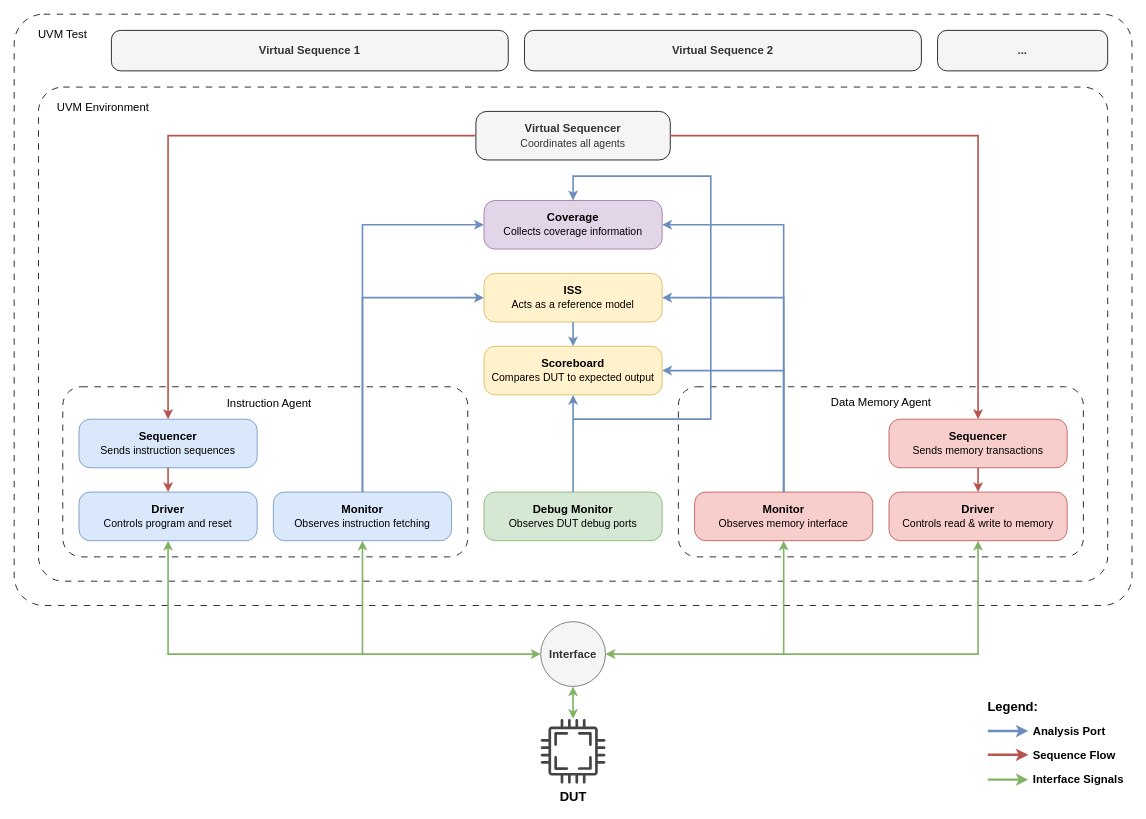
Earlier version of the draw.io diagram .github/tb_arch.drawio (niumuzhi2004/risc-v-uvc). Source tidied: cells renumbered, new cells numbered last; positions are measured from the earlier drawing's top-left corner, leaving out a move shared by most shapes. Both pictures are drawn from the tidied source at 81%, with x=0, y=0 at pixel (14, 14).
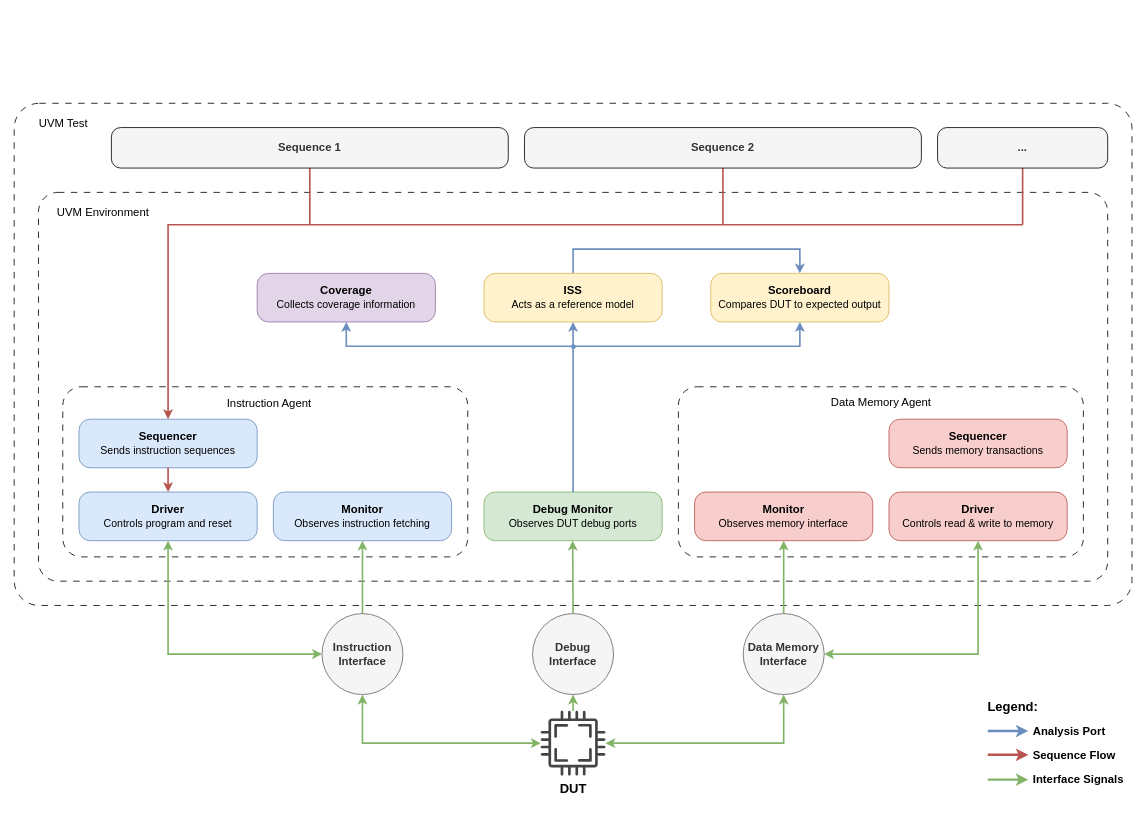
Above is the later version.

The change refers to these unchanged cells:
```xml
<mxCell id="8" style="group;" parent="1" vertex="1">
  <mxGeometry x="820" y="460" width="500" height="210" as="geometry" />
</mxCell>
<mxCell id="11" value="&lt;div style=&quot;line-height: 140%;&quot;&gt;&lt;font style=&quot;font-size: 14px; line-height: 140%;&quot;&gt;&lt;b&gt;Sequencer&lt;/b&gt;&lt;/font&gt;&lt;div&gt;&lt;font style=&quot;font-size: 13px; line-height: 140%;&quot;&gt;Sends memory transactions&lt;/font&gt;&lt;/div&gt;&lt;/div&gt;" style="rounded=1;whiteSpace=wrap;html=1;arcSize=23;fillColor=#f8cecc;strokeColor=#b85450;" parent="8" vertex="1">
  <mxGeometry x="260" y="40" width="220" height="60" as="geometry" />
</mxCell>
<mxCell id="12" value="&lt;div style=&quot;line-height: 140%;&quot;&gt;&lt;font style=&quot;font-size: 14px; line-height: 140%;&quot;&gt;&lt;b&gt;Monitor&lt;/b&gt;&lt;/font&gt;&lt;div&gt;&lt;span style=&quot;font-size: 13px;&quot;&gt;Observes memory interface&lt;/span&gt;&lt;/div&gt;&lt;/div&gt;" style="rounded=1;whiteSpace=wrap;html=1;arcSize=23;fillColor=#f8cecc;strokeColor=#b85450;" parent="8" vertex="1">
  <mxGeometry x="20" y="130" width="220" height="60" as="geometry" />
</mxCell>
<mxCell id="13" value="&lt;div style=&quot;line-height: 140%;&quot;&gt;&lt;font style=&quot;font-size: 14px; line-height: 140%;&quot;&gt;&lt;b&gt;Driver&lt;/b&gt;&lt;/font&gt;&lt;div&gt;&lt;font style=&quot;font-size: 13px; line-height: 140%;&quot;&gt;Controls read &amp;amp; write to memory&lt;/font&gt;&lt;/div&gt;&lt;/div&gt;" style="rounded=1;whiteSpace=wrap;html=1;arcSize=23;fillColor=#f8cecc;strokeColor=#b85450;" parent="8" vertex="1">
  <mxGeometry x="260" y="130" width="220" height="60" as="geometry" />
</mxCell>
<mxCell id="18" value="&lt;div style=&quot;line-height: 140%;&quot;&gt;&lt;font style=&quot;font-size: 14px; line-height: 140%;&quot;&gt;&lt;b&gt;Sequencer&lt;/b&gt;&lt;/font&gt;&lt;div&gt;&lt;font style=&quot;font-size: 13px; line-height: 140%;&quot;&gt;Sends instruction sequences&lt;/font&gt;&lt;/div&gt;&lt;/div&gt;" style="rounded=1;whiteSpace=wrap;html=1;arcSize=23;fillColor=#dae8fc;strokeColor=#6c8ebf;" parent="15" vertex="1">
  <mxGeometry x="20" y="40" width="220" height="60" as="geometry" />
</mxCell>
<mxCell id="19" value="&lt;div style=&quot;line-height: 140%;&quot;&gt;&lt;font style=&quot;font-size: 14px; line-height: 140%;&quot;&gt;&lt;b&gt;Driver&lt;/b&gt;&lt;/font&gt;&lt;div&gt;&lt;font style=&quot;font-size: 13px; line-height: 140%;&quot;&gt;Controls program and reset&lt;/font&gt;&lt;/div&gt;&lt;/div&gt;" style="rounded=1;whiteSpace=wrap;html=1;arcSize=23;fillColor=#dae8fc;strokeColor=#6c8ebf;" parent="15" vertex="1">
  <mxGeometry x="20" y="130" width="220" height="60" as="geometry" />
</mxCell>
<mxCell id="20" value="&lt;div style=&quot;line-height: 140%;&quot;&gt;&lt;font style=&quot;font-size: 14px; line-height: 140%;&quot;&gt;&lt;b&gt;Monitor&lt;/b&gt;&lt;/font&gt;&lt;div&gt;&lt;span style=&quot;font-size: 13px;&quot;&gt;Observes instruction fetching&lt;/span&gt;&lt;/div&gt;&lt;/div&gt;" style="rounded=1;whiteSpace=wrap;html=1;arcSize=23;fillColor=#dae8fc;strokeColor=#6c8ebf;" parent="15" vertex="1">
  <mxGeometry x="260" y="130" width="220" height="60" as="geometry" />
</mxCell>
<mxCell id="22" value="&lt;div style=&quot;line-height: 140%;&quot;&gt;&lt;font style=&quot;font-size: 14px; line-height: 140%;&quot;&gt;&lt;b&gt;Debug Monitor&lt;/b&gt;&lt;/font&gt;&lt;div&gt;&lt;span style=&quot;font-size: 13px;&quot;&gt;Observes DUT debug ports&lt;/span&gt;&lt;/div&gt;&lt;/div&gt;" style="rounded=1;whiteSpace=wrap;html=1;arcSize=23;fillColor=#d5e8d4;strokeColor=#82b366;" parent="1" vertex="1">
  <mxGeometry x="580" y="590" width="220" height="60" as="geometry" />
</mxCell>
```

Change to the diagram source:
```diff
@@
     <mxCell id="2" style="rounded=1;whiteSpace=wrap;html=1;arcSize=5;fillColor=none;dashed=1;dashPattern=8 8;" parent="1" vertex="1">
-      <mxGeometry width="1380" height="730" as="geometry" />
+      <mxGeometry y="110" width="1380" height="620" as="geometry" />
     </mxCell>
     <mxCell id="3" value="UVM Test" style="text;html=1;whiteSpace=wrap;strokeColor=none;fillColor=none;align=center;verticalAlign=middle;rounded=0;fontSize=14;" parent="1" vertex="1">
-      <mxGeometry x="10" y="10" width="100" height="30" as="geometry" />
+      <mxGeometry x="11" y="120" width="100" height="30" as="geometry" />
     </mxCell>
     <mxCell id="4" style="rounded=1;whiteSpace=wrap;html=1;arcSize=5;fillColor=none;dashed=1;dashPattern=8 8;strokeColor=light-dark(#000000,#FFFFFF);" parent="1" vertex="1">
-      <mxGeometry x="30" y="90" width="1320" height="610" as="geometry" />
+      <mxGeometry x="30" y="220" width="1320" height="480" as="geometry" />
     </mxCell>
     <mxCell id="5" value="UVM Environment" style="text;html=1;whiteSpace=wrap;strokeColor=none;fillColor=none;align=center;verticalAlign=middle;rounded=0;fontSize=14;" parent="1" vertex="1">
-      <mxGeometry x="40" y="100" width="140" height="30" as="geometry" />
+      <mxGeometry x="40" y="230" width="140" height="30" as="geometry" />
     </mxCell>
-    <mxCell id="6" value="&lt;font style=&quot;font-size: 14px;&quot;&gt;&lt;b&gt;Virtual Sequence 1&lt;/b&gt;&lt;/font&gt;" style="rounded=1;whiteSpace=wrap;html=1;arcSize=23;fillColor=#f5f5f5;strokeColor=default;fontColor=#333333;" parent="1" vertex="1">
-      <mxGeometry x="120" y="20" width="490" height="50" as="geometry" />
-    </mxCell>
-    <mxCell id="7" value="&lt;div style=&quot;line-height: 140%;&quot;&gt;&lt;font style=&quot;font-size: 14px; line-height: 140%;&quot;&gt;&lt;b&gt;Virtual Sequencer&lt;/b&gt;&lt;/font&gt;&lt;div&gt;&lt;font style=&quot;font-size: 13px; line-height: 140%;&quot;&gt;Coordinates all agents&lt;/font&gt;&lt;/div&gt;&lt;/div&gt;" style="rounded=1;whiteSpace=wrap;html=1;arcSize=23;fillColor=#f5f5f5;strokeColor=default;fontColor=#333333;" parent="1" vertex="1">
-      <mxGeometry x="570" y="120" width="240" height="60" as="geometry" />
-    </mxCell>
@@
-    <mxCell id="14" style="endArrow=classic;html=1;rounded=0;exitX=0.5;exitY=1;exitDx=0;exitDy=0;entryX=0.5;entryY=0;entryDx=0;entryDy=0;fillColor=#f8cecc;strokeColor=#b85450;strokeWidth=2;" parent="8" edge="1" source="11" target="13">
-      <mxGeometry relative="1" as="geometry" />
-    </mxCell>
@@
-    <mxCell id="23" style="endArrow=classic;html=1;rounded=0;strokeWidth=2;exitX=0.5;exitY=0;exitDx=0;exitDy=0;entryX=0;entryY=0.5;entryDx=0;entryDy=0;fillColor=#dae8fc;strokeColor=#6c8ebf;" parent="1" edge="1" source="20" target="27">
-      <mxGeometry relative="1" as="geometry">
-        <Array as="points">
-          <mxPoint x="430" y="350" />
-        </Array>
-      </mxGeometry>
-    </mxCell>
     <mxCell id="24" value="&lt;div style=&quot;line-height: 140%;&quot;&gt;&lt;span style=&quot;font-size: 14px;&quot;&gt;&lt;b&gt;Scoreboard&lt;/b&gt;&lt;/span&gt;&lt;br&gt;&lt;div&gt;&lt;span style=&quot;font-size: 13px;&quot;&gt;Compares DUT to expected output&lt;/span&gt;&lt;/div&gt;&lt;/div&gt;" style="rounded=1;whiteSpace=wrap;html=1;arcSize=23;fillColor=#fff2cc;strokeColor=#d6b656;" parent="1" vertex="1">
-      <mxGeometry x="580" y="410" width="220" height="60" as="geometry" />
+      <mxGeometry x="860" y="320" width="220" height="60" as="geometry" />
     </mxCell>
-    <mxCell id="25" style="endArrow=classic;html=1;rounded=0;entryX=1;entryY=0.5;entryDx=0;entryDy=0;strokeWidth=2;exitX=0.5;exitY=0;exitDx=0;exitDy=0;fillColor=#dae8fc;strokeColor=#6c8ebf;" parent="1" edge="1" source="12" target="24">
-      <mxGeometry relative="1" as="geometry">
-        <Array as="points">
-          <mxPoint x="950" y="440" />
-        </Array>
-      </mxGeometry>
-    </mxCell>
     <mxCell id="26" value="&lt;div style=&quot;line-height: 140%;&quot;&gt;&lt;span style=&quot;font-size: 14px;&quot;&gt;&lt;b&gt;Coverage&lt;/b&gt;&lt;/span&gt;&lt;br&gt;&lt;div&gt;&lt;span style=&quot;font-size: 13px;&quot;&gt;Collects coverage information&lt;/span&gt;&lt;/div&gt;&lt;/div&gt;" style="rounded=1;whiteSpace=wrap;html=1;arcSize=23;fillColor=#e1d5e7;strokeColor=#9673a6;" parent="1" vertex="1">
-      <mxGeometry x="580" y="230" width="220" height="60" as="geometry" />
+      <mxGeometry x="300" y="320" width="220" height="60" as="geometry" />
     </mxCell>
-    <mxCell id="27" value="&lt;div style=&quot;line-height: 140%;&quot;&gt;&lt;span style=&quot;font-size: 14px;&quot;&gt;&lt;b&gt;ISS&lt;/b&gt;&lt;/span&gt;&lt;br&gt;&lt;div&gt;&lt;span style=&quot;font-size: 13px;&quot;&gt;Acts as a reference model&lt;/span&gt;&lt;/div&gt;&lt;/div&gt;" style="rounded=1;whiteSpace=wrap;html=1;arcSize=23;fillColor=#fff2cc;strokeColor=#d6b656;" parent="1" vertex="1">
-      <mxGeometry x="580" y="320" width="220" height="60" as="geometry" />
-    </mxCell>
-    <mxCell id="28" style="endArrow=classic;html=1;rounded=0;exitX=0.5;exitY=0;exitDx=0;exitDy=0;entryX=1;entryY=0.5;entryDx=0;entryDy=0;strokeWidth=2;fillColor=#dae8fc;strokeColor=#6c8ebf;" parent="1" edge="1" source="12" target="27">
-      <mxGeometry relative="1" as="geometry">
-        <Array as="points">
-          <mxPoint x="950" y="350" />
-        </Array>
-      </mxGeometry>
-    </mxCell>
-    <mxCell id="29" style="endArrow=classic;html=1;rounded=0;strokeWidth=2;exitX=0.5;exitY=1;exitDx=0;exitDy=0;entryX=0.5;entryY=0;entryDx=0;entryDy=0;fillColor=#dae8fc;strokeColor=#6c8ebf;" parent="1" edge="1" source="27" target="24">
-      <mxGeometry relative="1" as="geometry" />
+    <mxCell id="29" style="endArrow=classic;html=1;rounded=0;strokeWidth=2;exitX=0.5;exitY=0;exitDx=0;exitDy=0;entryX=0.5;entryY=0;entryDx=0;entryDy=0;fillColor=#dae8fc;strokeColor=#6c8ebf;" parent="1" edge="1" source="27" target="24">
+      <mxGeometry relative="1" as="geometry">
+        <Array as="points">
+          <mxPoint x="690" y="290" />
+          <mxPoint x="970" y="290" />
+        </Array>
+      </mxGeometry>
     </mxCell>
-    <mxCell id="30" style="endArrow=classic;html=1;rounded=0;exitX=0.5;exitY=0;exitDx=0;exitDy=0;entryX=0.5;entryY=1;entryDx=0;entryDy=0;strokeWidth=2;fillColor=#dae8fc;strokeColor=#6c8ebf;" parent="1" edge="1" source="22" target="24">
+    <mxCell id="30" style="endArrow=classic;html=1;rounded=0;exitX=0.5;exitY=0;exitDx=0;exitDy=0;strokeWidth=2;fillColor=#dae8fc;strokeColor=#6c8ebf;entryX=0.5;entryY=1;entryDx=0;entryDy=0;" parent="1" edge="1" source="22" target="27">
       <mxGeometry relative="1" as="geometry" />
     </mxCell>
-    <mxCell id="31" style="endArrow=classic;html=1;rounded=0;strokeWidth=2;exitX=0.5;exitY=0;exitDx=0;exitDy=0;entryX=1;entryY=0.5;entryDx=0;entryDy=0;fillColor=#dae8fc;strokeColor=#6c8ebf;" parent="1" edge="1" source="12" target="26">
-      <mxGeometry relative="1" as="geometry">
-        <Array as="points">
-          <mxPoint x="950" y="260" />
-        </Array>
-      </mxGeometry>
-    </mxCell>
-    <mxCell id="32" style="endArrow=classic;html=1;rounded=0;exitX=0.5;exitY=0;exitDx=0;exitDy=0;entryX=0;entryY=0.5;entryDx=0;entryDy=0;strokeWidth=2;fillColor=#dae8fc;strokeColor=#6c8ebf;" parent="1" edge="1" source="20" target="26">
-      <mxGeometry relative="1" as="geometry">
-        <Array as="points">
-          <mxPoint x="430" y="260" />
-        </Array>
-      </mxGeometry>
-    </mxCell>
-    <mxCell id="33" style="endArrow=classic;html=1;rounded=0;entryX=0.5;entryY=0;entryDx=0;entryDy=0;strokeWidth=2;fillColor=#dae8fc;strokeColor=#6c8ebf;" parent="1" edge="1" target="26">
-      <mxGeometry relative="1" as="geometry">
-        <mxPoint x="690" y="500" as="sourcePoint" />
-        <Array as="points">
-          <mxPoint x="860" y="500" />
-          <mxPoint x="860" y="360" />
-          <mxPoint x="860" y="200" />
-          <mxPoint x="770" y="200" />
-          <mxPoint x="690" y="200" />
-        </Array>
-      </mxGeometry>
-    </mxCell>
-    <mxCell id="34" style="endArrow=classic;html=1;rounded=0;exitX=0;exitY=0.5;exitDx=0;exitDy=0;entryX=0.5;entryY=0;entryDx=0;entryDy=0;fillColor=#f8cecc;strokeColor=#b85450;strokeWidth=2;" parent="1" edge="1" source="7" target="18">
+    <mxCell id="34" style="endArrow=classic;html=1;rounded=0;entryX=0.5;entryY=0;entryDx=0;entryDy=0;fillColor=#f8cecc;strokeColor=#b85450;strokeWidth=2;" parent="1" edge="1" target="18">
       <mxGeometry relative="1" as="geometry">
+        <mxPoint x="1245" y="260" as="sourcePoint" />
         <Array as="points">
-          <mxPoint x="190" y="150" />
+          <mxPoint x="190" y="260" />
         </Array>
       </mxGeometry>
     </mxCell>
-    <mxCell id="35" style="endArrow=classic;html=1;rounded=0;exitX=1;exitY=0.5;exitDx=0;exitDy=0;entryX=0.5;entryY=0;entryDx=0;entryDy=0;fillColor=#f8cecc;strokeColor=#b85450;strokeWidth=2;" parent="1" edge="1" source="7" target="11">
-      <mxGeometry relative="1" as="geometry">
-        <Array as="points">
-          <mxPoint x="1190" y="150" />
-        </Array>
-      </mxGeometry>
-    </mxCell>
-    <mxCell id="36" value="&lt;b&gt;&lt;font style=&quot;font-size: 14px;&quot;&gt;Interface&lt;/font&gt;&lt;/b&gt;" style="ellipse;whiteSpace=wrap;html=1;fillColor=#f5f5f5;fontColor=#333333;strokeColor=#666666;" parent="1" vertex="1">
-      <mxGeometry x="650" y="750" width="80" height="80" as="geometry" />
-    </mxCell>
     <mxCell id="37" value="&lt;font style=&quot;font-size: 16px;&quot;&gt;&lt;b&gt;DUT&lt;/b&gt;&lt;/font&gt;" style="sketch=0;shadow=0;dashed=0;html=1;strokeColor=none;fillColor=#434445;labelPosition=center;verticalLabelPosition=bottom;verticalAlign=top;align=center;outlineConnect=0;shape=mxgraph.vvd.cpu;" parent="1" vertex="1">
-      <mxGeometry x="650" y="870" width="80" height="80" as="geometry" />
+      <mxGeometry x="650" y="860" width="80" height="80" as="geometry" />
     </mxCell>
     <mxCell id="38" style="endArrow=classic;startArrow=classic;html=1;rounded=0;entryX=0.5;entryY=1;entryDx=0;entryDy=0;strokeWidth=2;fillColor=#d5e8d4;strokeColor=#82b366;" parent="1" edge="1" source="37" target="36">
-      <mxGeometry relative="1" as="geometry" />
+      <mxGeometry relative="1" as="geometry">
+        <Array as="points">
+          <mxPoint x="950" y="900" />
+        </Array>
+      </mxGeometry>
     </mxCell>
-    <mxCell id="39" style="endArrow=classic;startArrow=classic;html=1;rounded=0;exitX=0;exitY=0.5;exitDx=0;exitDy=0;entryX=0.5;entryY=1;entryDx=0;entryDy=0;strokeWidth=2;fillColor=#d5e8d4;strokeColor=#82b366;" parent="1" edge="1" source="36" target="19">
+    <mxCell id="39" style="endArrow=classic;startArrow=classic;html=1;rounded=0;exitX=0;exitY=0.5;exitDx=0;exitDy=0;entryX=0.5;entryY=1;entryDx=0;entryDy=0;strokeWidth=2;fillColor=#d5e8d4;strokeColor=#82b366;" parent="1" edge="1" source="57" target="19">
       <mxGeometry relative="1" as="geometry">
         <Array as="points">
           <mxPoint x="190" y="790" />
         </Array>
       </mxGeometry>
     </mxCell>
@@
-    <mxCell id="42" style="endArrow=classic;html=1;rounded=0;entryX=0.5;entryY=1;entryDx=0;entryDy=0;strokeWidth=2;fillColor=#d5e8d4;strokeColor=#82b366;" parent="1" edge="1" target="12">
-      <mxGeometry relative="1" as="geometry">
-        <mxPoint x="950" y="790" as="sourcePoint" />
-      </mxGeometry>
+    <mxCell id="42" style="endArrow=classic;html=1;rounded=0;entryX=0.5;entryY=1;entryDx=0;entryDy=0;strokeWidth=2;fillColor=#d5e8d4;strokeColor=#82b366;" parent="1" edge="1" source="36" target="12">
+      <mxGeometry relative="1" as="geometry" />
     </mxCell>
-    <mxCell id="43" value="&lt;font style=&quot;font-size: 14px;&quot;&gt;&lt;b&gt;Virtual Sequence 2&lt;/b&gt;&lt;/font&gt;" style="rounded=1;whiteSpace=wrap;html=1;arcSize=23;fillColor=#f5f5f5;strokeColor=default;fontColor=#333333;" parent="1" vertex="1">
-      <mxGeometry x="630" y="20" width="490" height="50" as="geometry" />
-    </mxCell>
-    <mxCell id="44" value="&lt;font style=&quot;font-size: 14px;&quot;&gt;&lt;b&gt;...&lt;/b&gt;&lt;/font&gt;" style="rounded=1;whiteSpace=wrap;html=1;arcSize=23;fillColor=#f5f5f5;strokeColor=default;fontColor=#333333;" parent="1" vertex="1">
-      <mxGeometry x="1140" y="20" width="210" height="50" as="geometry" />
-    </mxCell>
@@
+    <mxCell id="53" style="endArrow=classic;html=1;rounded=0;strokeWidth=2;fillColor=#dae8fc;strokeColor=#6c8ebf;entryX=0.5;entryY=1;entryDx=0;entryDy=0;" parent="1" edge="1" target="26">
+      <mxGeometry relative="1" as="geometry">
+        <mxPoint x="690" y="410" as="sourcePoint" />
+        <Array as="points">
+          <mxPoint x="410" y="410" />
+        </Array>
+      </mxGeometry>
+    </mxCell>
+    <mxCell id="54" style="endArrow=classic;html=1;rounded=0;strokeWidth=2;fillColor=#dae8fc;strokeColor=#6c8ebf;entryX=0.5;entryY=1;entryDx=0;entryDy=0;" parent="1" edge="1" target="24">
+      <mxGeometry relative="1" as="geometry">
+        <mxPoint x="690" y="410" as="sourcePoint" />
+        <Array as="points">
+          <mxPoint x="970" y="410" />
+        </Array>
+      </mxGeometry>
+    </mxCell>
+    <mxCell id="55" style="endArrow=classic;html=1;rounded=0;strokeWidth=2;fillColor=#dae8fc;strokeColor=#6c8ebf;entryX=0.5;entryY=1;entryDx=0;entryDy=0;" parent="1" edge="1" target="27">
+      <mxGeometry relative="1" as="geometry">
+        <mxPoint x="690" y="360" as="sourcePoint" />
+      </mxGeometry>
+    </mxCell>
+    <mxCell id="27" value="&lt;div style=&quot;line-height: 140%;&quot;&gt;&lt;span style=&quot;font-size: 14px;&quot;&gt;&lt;b&gt;ISS&lt;/b&gt;&lt;/span&gt;&lt;br&gt;&lt;div&gt;&lt;span style=&quot;font-size: 13px;&quot;&gt;Acts as a reference model&lt;/span&gt;&lt;/div&gt;&lt;/div&gt;" style="rounded=1;whiteSpace=wrap;html=1;arcSize=23;fillColor=#fff2cc;strokeColor=#d6b656;" parent="1" vertex="1">
+      <mxGeometry x="580" y="320" width="220" height="60" as="geometry" />
+    </mxCell>
+    <mxCell id="56" style="endArrow=classic;html=1;rounded=0;entryX=0.5;entryY=1;entryDx=0;entryDy=0;strokeWidth=2;fillColor=#d5e8d4;strokeColor=#82b366;" parent="1" edge="1" target="36">
+      <mxGeometry relative="1" as="geometry">
+        <mxPoint x="950" y="790" as="sourcePoint" />
+      </mxGeometry>
+    </mxCell>
+    <mxCell id="36" value="&lt;b&gt;&lt;font style=&quot;font-size: 14px;&quot;&gt;Data Memory Interface&lt;/font&gt;&lt;/b&gt;" style="ellipse;whiteSpace=wrap;html=1;fillColor=#f5f5f5;fontColor=#333333;strokeColor=#666666;" parent="1" vertex="1">
+      <mxGeometry x="900" y="740" width="100" height="100" as="geometry" />
+    </mxCell>
+    <mxCell id="57" value="&lt;b&gt;&lt;font style=&quot;font-size: 14px;&quot;&gt;Instruction Interface&lt;/font&gt;&lt;/b&gt;" style="ellipse;whiteSpace=wrap;html=1;fillColor=#f5f5f5;fontColor=#333333;strokeColor=#666666;" parent="1" vertex="1">
+      <mxGeometry x="380" y="740" width="100" height="100" as="geometry" />
+    </mxCell>
+    <mxCell id="58" style="endArrow=classic;startArrow=classic;html=1;rounded=0;entryX=0.5;entryY=1;entryDx=0;entryDy=0;strokeWidth=2;fillColor=#d5e8d4;strokeColor=#82b366;" parent="1" edge="1" source="37" target="57">
+      <mxGeometry relative="1" as="geometry">
+        <Array as="points">
+          <mxPoint x="430" y="900" />
+        </Array>
+      </mxGeometry>
+    </mxCell>
+    <mxCell id="59" value="&lt;b&gt;&lt;font style=&quot;font-size: 14px;&quot;&gt;Debug&lt;/font&gt;&lt;/b&gt;&lt;div&gt;&lt;b&gt;&lt;font style=&quot;font-size: 14px;&quot;&gt;Interface&lt;/font&gt;&lt;/b&gt;&lt;/div&gt;" style="ellipse;whiteSpace=wrap;html=1;fillColor=#f5f5f5;fontColor=#333333;strokeColor=#666666;" parent="1" vertex="1">
+      <mxGeometry x="640" y="740" width="100" height="100" as="geometry" />
+    </mxCell>
+    <mxCell id="60" style="endArrow=classic;html=1;rounded=0;entryX=0.5;entryY=1;entryDx=0;entryDy=0;strokeWidth=2;fillColor=#d5e8d4;strokeColor=#82b366;" parent="1" edge="1">
+      <mxGeometry relative="1" as="geometry">
+        <mxPoint x="690" y="740" as="sourcePoint" />
+        <mxPoint x="689.5" y="650" as="targetPoint" />
+      </mxGeometry>
+    </mxCell>
+    <mxCell id="61" style="endArrow=classic;html=1;rounded=0;entryX=0.5;entryY=1;entryDx=0;entryDy=0;strokeWidth=2;fillColor=#d5e8d4;strokeColor=#82b366;" parent="1" edge="1" source="37" target="59">
+      <mxGeometry relative="1" as="geometry" />
+    </mxCell>
+    <mxCell id="62" style="ellipse;whiteSpace=wrap;html=1;fillColor=light-dark(#6C8EBF,#5C79A3);strokeColor=#6C8EBF;gradientColor=none;" parent="1" vertex="1">
+      <mxGeometry x="688" y="408" width="5" height="5" as="geometry" />
+    </mxCell>
+    <mxCell id="63" style="endArrow=none;html=1;rounded=0;strokeWidth=2;fillColor=#f8cecc;strokeColor=#b85450;entryX=0.5;entryY=1;entryDx=0;entryDy=0;" parent="1" edge="1" target="6">
+      <mxGeometry relative="1" as="geometry">
+        <mxPoint x="365" y="260" as="sourcePoint" />
+      </mxGeometry>
+    </mxCell>
+    <mxCell id="6" value="&lt;font style=&quot;font-size: 14px;&quot;&gt;&lt;b&gt;Sequence 1&lt;/b&gt;&lt;/font&gt;" style="rounded=1;whiteSpace=wrap;html=1;arcSize=23;fillColor=#f5f5f5;strokeColor=default;fontColor=#333333;" parent="1" vertex="1">
+      <mxGeometry x="120" y="140" width="490" height="50" as="geometry" />
+    </mxCell>
+    <mxCell id="64" style="endArrow=none;html=1;rounded=0;strokeWidth=2;fillColor=#f8cecc;strokeColor=#b85450;entryX=0.5;entryY=1;entryDx=0;entryDy=0;" parent="1" edge="1" target="43">
+      <mxGeometry relative="1" as="geometry">
+        <mxPoint x="875" y="260" as="sourcePoint" />
+      </mxGeometry>
+    </mxCell>
+    <mxCell id="43" value="&lt;font style=&quot;font-size: 14px;&quot;&gt;&lt;b&gt;Sequence 2&lt;/b&gt;&lt;/font&gt;" style="rounded=1;whiteSpace=wrap;html=1;arcSize=23;fillColor=#f5f5f5;strokeColor=default;fontColor=#333333;" parent="1" vertex="1">
+      <mxGeometry x="630" y="140" width="490" height="50" as="geometry" />
+    </mxCell>
+    <mxCell id="65" style="endArrow=none;html=1;rounded=0;strokeWidth=2;fillColor=#f8cecc;strokeColor=#b85450;entryX=0.5;entryY=1;entryDx=0;entryDy=0;" parent="1" edge="1" target="44">
+      <mxGeometry relative="1" as="geometry">
+        <mxPoint x="1245" y="260" as="sourcePoint" />
+      </mxGeometry>
+    </mxCell>
+    <mxCell id="44" value="&lt;font style=&quot;font-size: 14px;&quot;&gt;&lt;b&gt;...&lt;/b&gt;&lt;/font&gt;" style="rounded=1;whiteSpace=wrap;html=1;arcSize=23;fillColor=#f5f5f5;strokeColor=default;fontColor=#333333;" parent="1" vertex="1">
+      <mxGeometry x="1140" y="140" width="210" height="50" as="geometry" />
+    </mxCell>
```
